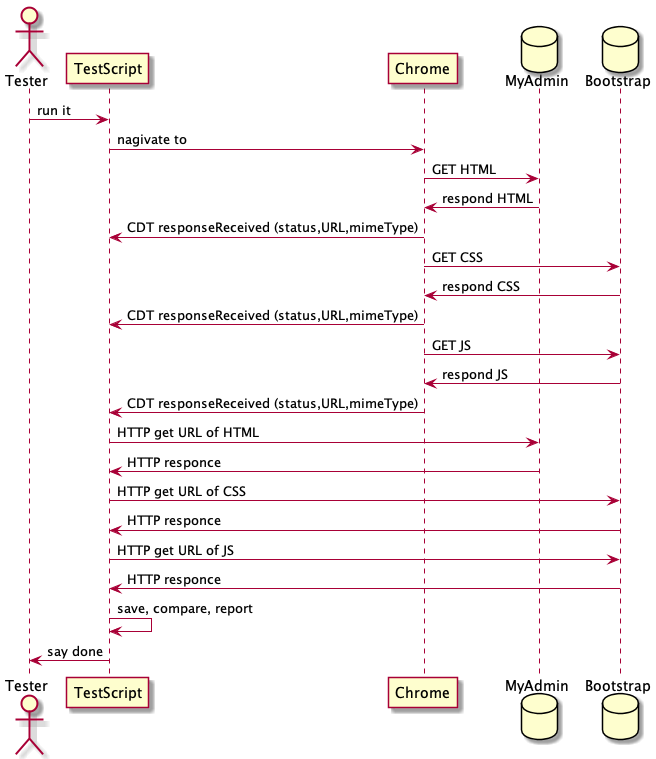
kazurayam/VisualInspectionOfCssAndJs keeps this PlantUML diagram as docs/diagrams/out/sequence/sequence.png. Above is the earlier version. Its diagram source:
```plantuml
@startuml sequence
actor       Tester        as tester
participant TestScript    as script
participant Chrome        as browser
database    MyAdmin       as site
database    Bootstrap     as external
tester   -> script     : run it
script   -> browser    : nagivate to
browser  -> site       : GET HTML
site     -> browser    : respond HTML
browser  -> script     : CDT responseReceived (status,URL,mimeType)
browser  -> external   : GET CSS
external -> browser    : respond CSS
browser  -> script     : CDT responseReceived (status,URL,mimeType)
browser  -> external   : GET JS
external -> browser    : respond JS
browser  -> script     : CDT responseReceived (status,URL,mimeType)
script   -> site       : HTTP get URL of HTML
site     -> script     : HTTP responce
script   -> external   : HTTP get URL of CSS
external -> script     : HTTP responce
script   -> external   : HTTP get URL of JS
external -> script     : HTTP responce
script   -> script     : save, compare, report
script   -> tester     : say done
@enduml
```
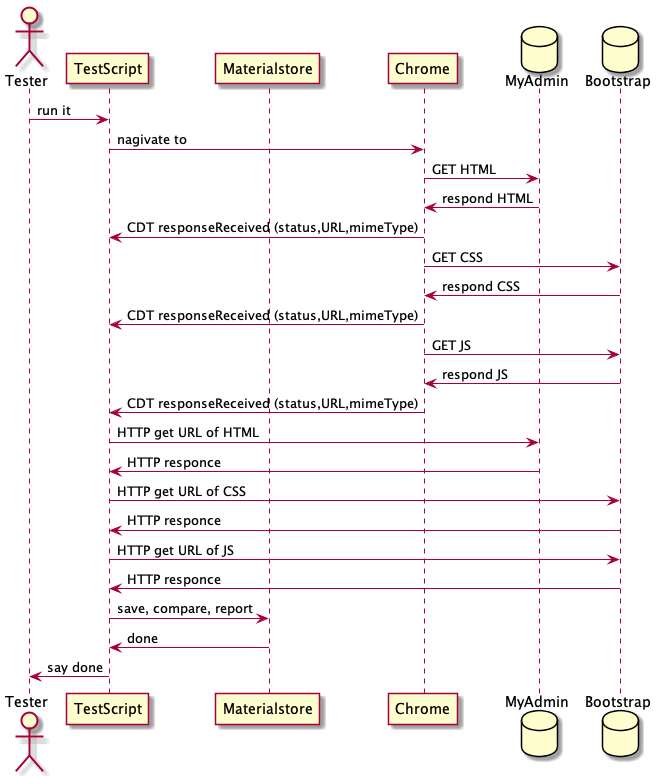
Above is the later version.

Commit message:
update the sequence diagram

What changed in the source:
```diff
@@ -1,6 +1,7 @@
 @startuml sequence
 actor       Tester        as tester
 participant TestScript    as script
+participant Materialstore as ms
 participant Chrome        as browser
 database    MyAdmin       as site
 database    Bootstrap     as external
@@ -21,6 +22,7 @@
 external -> script     : HTTP responce
 script   -> external   : HTTP get URL of JS
 external -> script     : HTTP responce
-script   -> script     : save, compare, report
+script   -> ms         : save, compare, report
+ms       -> script     : done
 script   -> tester     : say done
 @enduml
```
